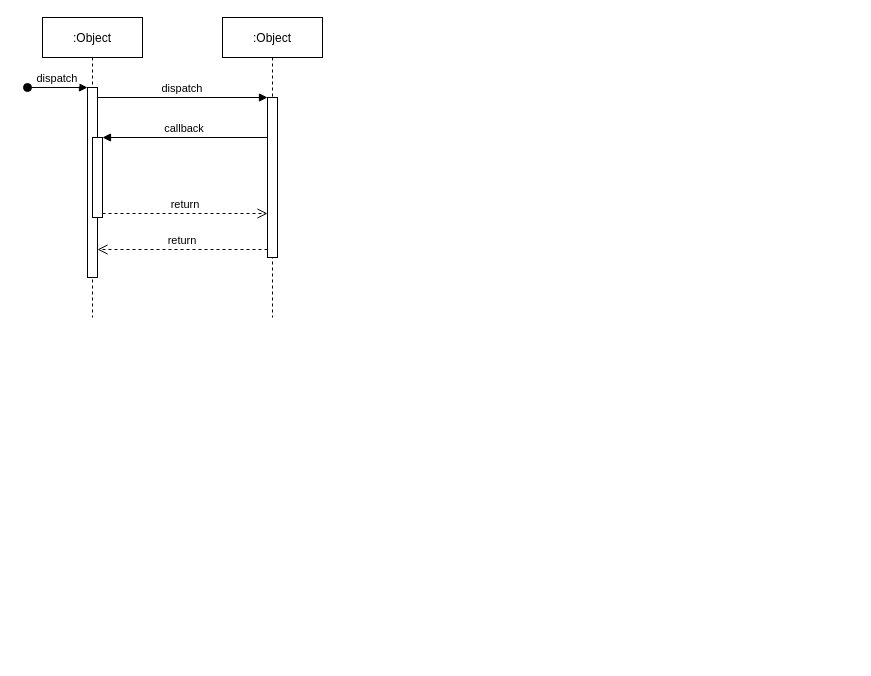
Before: CBRS-Thread-Model.drawio in xdlhzdh/drawio, a draw.io diagram. Source tidied: cells renumbered, new cells numbered last; positions are measured from the earlier drawing's top-left corner, leaving out a move shared by most shapes. Both pictures are drawn from the tidied source at 100%, with x=0, y=0 at pixel (27, 17).
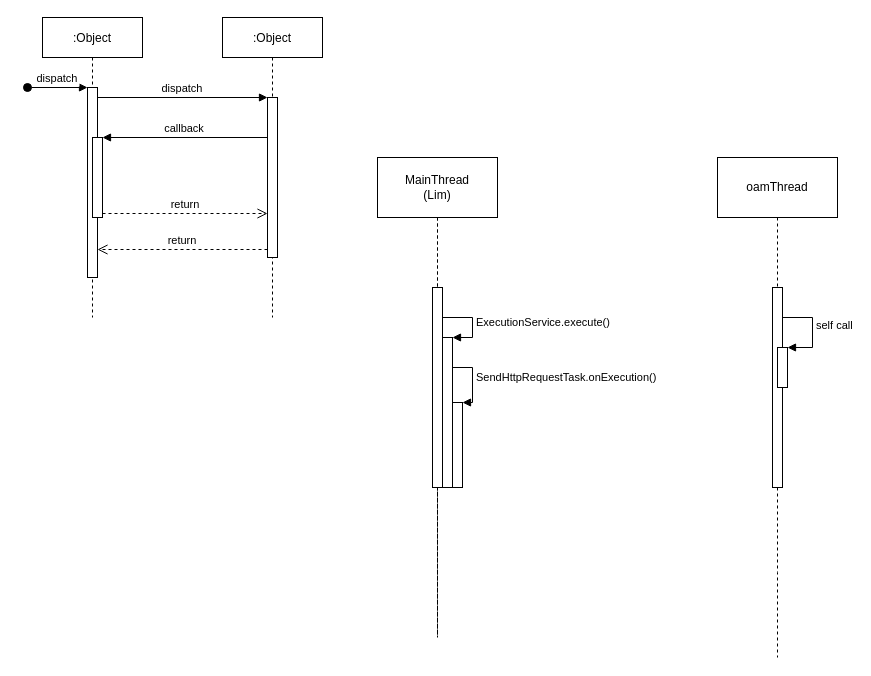
Above is the later version.

What changed in the source:
```diff
@@
+    <mxCell id="12" style="edgeStyle=orthogonalEdgeStyle;rounded=0;jettySize=auto;html=1;dashed=1;endArrow=none;endFill=0;" parent="1" edge="1" source="13">
+      <mxGeometry relative="1" as="geometry">
+        <mxPoint x="410" y="620" as="targetPoint" />
+      </mxGeometry>
+    </mxCell>
+    <mxCell id="13" value="MainThread&lt;br&gt;(Lim)" style="rounded=0;whiteSpace=wrap;html=1;" parent="1" vertex="1">
+      <mxGeometry x="350" y="140" width="120" height="60" as="geometry" />
+    </mxCell>
+    <mxCell id="14" style="edgeStyle=orthogonalEdgeStyle;rounded=0;jettySize=auto;html=1;dashed=1;endArrow=none;endFill=0;startArrow=none;" parent="1" edge="1" source="19">
+      <mxGeometry relative="1" as="geometry">
+        <mxPoint x="750" y="640" as="targetPoint" />
+      </mxGeometry>
+    </mxCell>
+    <mxCell id="15" value="oamThread" style="rounded=0;whiteSpace=wrap;html=1;" parent="1" vertex="1">
+      <mxGeometry x="690" y="140" width="120" height="60" as="geometry" />
+    </mxCell>
+    <mxCell id="16" style="edgeStyle=orthogonalEdgeStyle;rounded=0;jettySize=auto;html=1;dashed=1;endArrow=none;endFill=0;" parent="1" edge="1" source="13">
+      <mxGeometry relative="1" as="geometry">
+        <mxPoint x="410" y="620" as="targetPoint" />
+        <Array as="points">
+          <mxPoint x="410" y="330" />
+          <mxPoint x="410" y="330" />
+        </Array>
+      </mxGeometry>
+    </mxCell>
+    <mxCell id="17" style="edgeStyle=orthogonalEdgeStyle;rounded=0;jettySize=auto;html=1;dashed=1;endArrow=none;endFill=0;startArrow=none;" parent="1" edge="1" source="26">
+      <mxGeometry relative="1" as="geometry">
+        <mxPoint x="410" y="620" as="targetPoint" />
+        <Array as="points">
+          <mxPoint x="410" y="290" />
+          <mxPoint x="410" y="290" />
+        </Array>
+      </mxGeometry>
+    </mxCell>
+    <mxCell id="18" style="html=1;perimeter=orthogonalPerimeter;" parent="1" vertex="1">
+      <mxGeometry x="405" y="270" width="10" height="200" as="geometry" />
+    </mxCell>
+    <mxCell id="19" style="html=1;points=[];perimeter=orthogonalPerimeter;" parent="1" vertex="1">
+      <mxGeometry x="745" y="270" width="10" height="200" as="geometry" />
+    </mxCell>
+    <mxCell id="20" style="edgeStyle=orthogonalEdgeStyle;rounded=0;jettySize=auto;html=1;dashed=1;endArrow=none;endFill=0;" parent="1" edge="1" source="15" target="19">
+      <mxGeometry relative="1" as="geometry" />
+    </mxCell>
+    <mxCell id="21" style="html=1;points=[];perimeter=orthogonalPerimeter;" parent="1" vertex="1">
+      <mxGeometry x="750" y="330" width="10" height="40" as="geometry" />
+    </mxCell>
+    <mxCell id="22" value="self call" style="edgeStyle=orthogonalEdgeStyle;html=1;align=left;spacingLeft=2;endArrow=block;rounded=0;entryX=1;entryY=0;" parent="1" edge="1" target="21">
+      <mxGeometry relative="1" as="geometry">
+        <mxPoint x="755" y="310" as="sourcePoint" />
+        <Array as="points">
+          <mxPoint x="755" y="300" />
+          <mxPoint x="785" y="300" />
+          <mxPoint x="785" y="330" />
+        </Array>
+      </mxGeometry>
+    </mxCell>
+    <mxCell id="23" value="&#10;&#10;&lt;span style=&quot;color: rgb(0, 0, 0); font-family: helvetica; font-size: 11px; font-style: normal; font-weight: 400; letter-spacing: normal; text-align: center; text-indent: 0px; text-transform: none; word-spacing: 0px; background-color: rgb(255, 255, 255); display: inline; float: none;&quot;&gt;ExecutionService.execute()&lt;/span&gt;&#10;&#10;" style="edgeStyle=orthogonalEdgeStyle;html=1;align=left;spacingLeft=2;endArrow=block;rounded=0;entryX=1;entryY=0;" parent="1" edge="1" target="26">
+      <mxGeometry relative="1" as="geometry">
+        <mxPoint x="415" y="300" as="sourcePoint" />
+        <Array as="points">
+          <mxPoint x="445" y="300" />
+        </Array>
+      </mxGeometry>
+    </mxCell>
+    <mxCell id="24" style="html=1;points=[];perimeter=orthogonalPerimeter;" parent="1" vertex="1">
+      <mxGeometry x="415" y="385" width="20" height="85" as="geometry" />
+    </mxCell>
+    <mxCell id="25" value="SendHttpRequestTask.onExecution()" style="edgeStyle=orthogonalEdgeStyle;html=1;align=left;spacingLeft=2;endArrow=block;rounded=0;entryX=1;entryY=0;exitX=0.5;exitY=0.193;exitDx=0;exitDy=0;exitPerimeter=0;" parent="1" edge="1" source="26" target="24">
+      <mxGeometry relative="1" as="geometry">
+        <Array as="points">
+          <mxPoint x="420" y="350" />
+          <mxPoint x="445" y="350" />
+          <mxPoint x="445" y="385" />
+        </Array>
+      </mxGeometry>
+    </mxCell>
+    <mxCell id="26" style="html=1;points=[];perimeter=orthogonalPerimeter;" parent="1" vertex="1">
+      <mxGeometry x="415" y="320" width="10" height="150" as="geometry" />
+    </mxCell>
```
